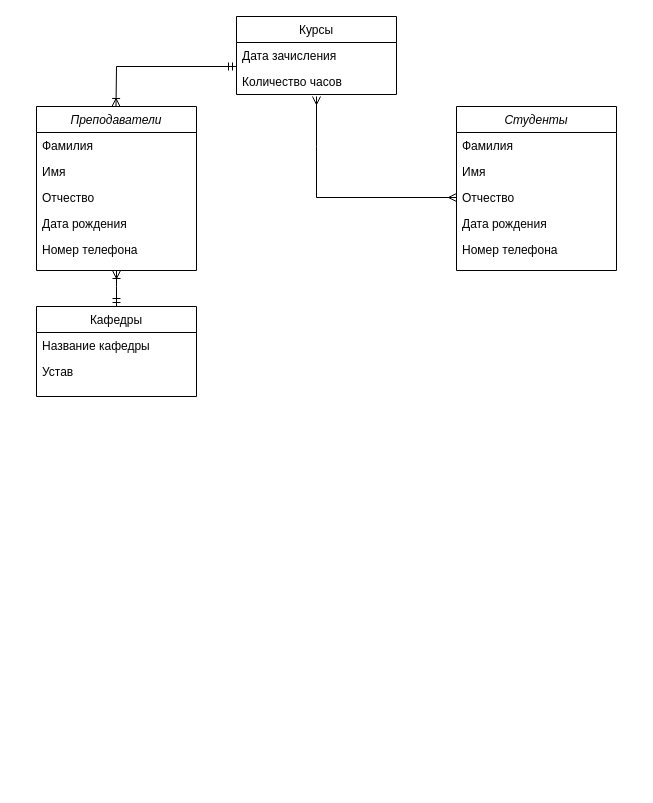
alexanderniewmierzycki/da-homeworks-nevmerzhitskii keeps this draw.io diagram as page "Задание-1" (1 of 3) of 14-er/homework-14/homework_14.drawio. Above is the earlier version. Source tidied: cells renumbered, new cells numbered last; positions are measured from the earlier drawing's top-left corner, leaving out a move shared by most shapes. Both pictures are drawn from the tidied source at 100%, with x=0, y=0 at pixel (36, 16).
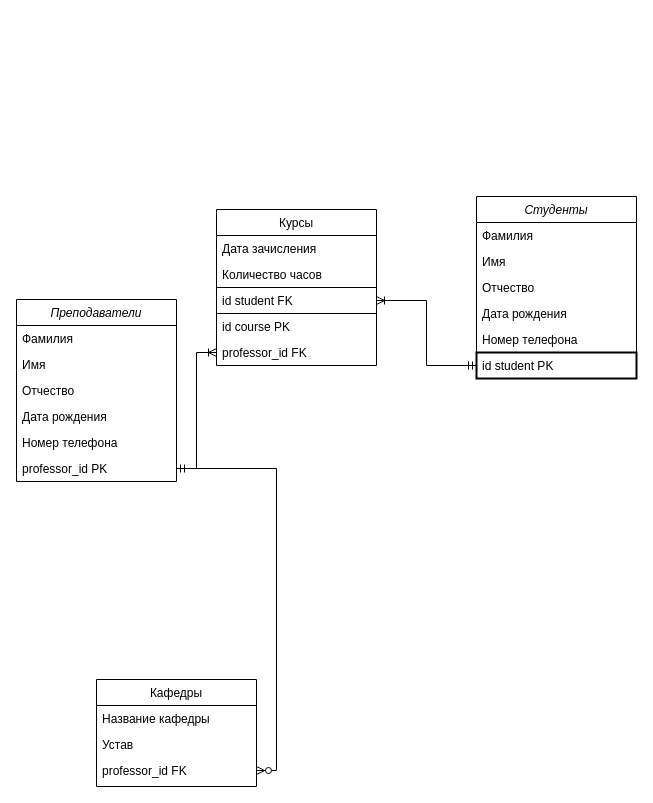
After the change.

Unchanged cells that the change refers to:
```xml
<mxCell id="12" value="Дата зачисления" style="text;align=left;verticalAlign=top;spacingLeft=4;spacingRight=4;overflow=hidden;points=[[0,0.5],[1,0.5]];portConstraint=eastwest;" parent="11" vertex="1">
  <mxGeometry y="26" width="160" height="26" as="geometry" />
</mxCell>
```

Change to the diagram source:
```diff
@@
     <mxCell id="2" value="Преподаватели" style="swimlane;fontStyle=2;align=center;verticalAlign=top;horizontal=1;startSize=26;rounded=0;shadow=0;strokeWidth=1;" parent="1" vertex="1">
-      <mxGeometry y="90" width="160" height="164" as="geometry" />
+      <mxGeometry x="-20" y="283" width="160" height="182" as="geometry" />
     </mxCell>
-    <mxCell id="3" value="Фамилия" style="text;align=left;verticalAlign=top;spacingLeft=4;spacingRight=4;overflow=hidden;" parent="2" vertex="1">
-      <mxGeometry y="26" width="160" height="26" as="geometry" />
-    </mxCell>
-    <mxCell id="4" value="Имя" style="text;align=left;verticalAlign=top;spacingLeft=4;spacingRight=4;overflow=hidden;rounded=0;shadow=0;html=0;" parent="2" vertex="1">
-      <mxGeometry y="52" width="160" height="26" as="geometry" />
-    </mxCell>
-    <mxCell id="5" value="Отчество" style="text;align=left;verticalAlign=top;spacingLeft=4;spacingRight=4;overflow=hidden;rounded=0;shadow=0;html=0;" parent="2" vertex="1">
-      <mxGeometry y="78" width="160" height="26" as="geometry" />
-    </mxCell>
-    <mxCell id="6" value="Дата рождения" style="text;align=left;verticalAlign=top;spacingLeft=4;spacingRight=4;overflow=hidden;" parent="2" vertex="1">
-      <mxGeometry y="104" width="160" height="26" as="geometry" />
-    </mxCell>
-    <mxCell id="7" value="Номер телефона" style="text;align=left;verticalAlign=top;spacingLeft=4;spacingRight=4;overflow=hidden;" parent="2" vertex="1">
-      <mxGeometry y="130" width="160" height="26" as="geometry" />
-    </mxCell>
+    <mxCell id="23" value="Фамилия" style="text;align=left;verticalAlign=top;spacingLeft=4;spacingRight=4;overflow=hidden;" parent="2" vertex="1">
+      <mxGeometry y="26" width="160" height="26" as="geometry" />
+    </mxCell>
+    <mxCell id="24" value="Имя" style="text;align=left;verticalAlign=top;spacingLeft=4;spacingRight=4;overflow=hidden;rounded=0;shadow=0;html=0;" parent="2" vertex="1">
+      <mxGeometry y="52" width="160" height="26" as="geometry" />
+    </mxCell>
+    <mxCell id="25" value="Отчество" style="text;align=left;verticalAlign=top;spacingLeft=4;spacingRight=4;overflow=hidden;rounded=0;shadow=0;html=0;" parent="2" vertex="1">
+      <mxGeometry y="78" width="160" height="26" as="geometry" />
+    </mxCell>
+    <mxCell id="26" value="Дата рождения" style="text;align=left;verticalAlign=top;spacingLeft=4;spacingRight=4;overflow=hidden;" parent="2" vertex="1">
+      <mxGeometry y="104" width="160" height="26" as="geometry" />
+    </mxCell>
+    <mxCell id="27" value="Номер телефона" style="text;align=left;verticalAlign=top;spacingLeft=4;spacingRight=4;overflow=hidden;" parent="2" vertex="1">
+      <mxGeometry y="130" width="160" height="26" as="geometry" />
+    </mxCell>
+    <mxCell id="28" value="professor_id PK" style="text;align=left;verticalAlign=top;spacingLeft=4;spacingRight=4;overflow=hidden;points=[[0,0.5],[1,0.5]];portConstraint=eastwest;" parent="2" vertex="1">
+      <mxGeometry y="156" width="160" height="26" as="geometry" />
+    </mxCell>
     <mxCell id="8" value="Кафедры" style="swimlane;fontStyle=0;align=center;verticalAlign=top;horizontal=1;startSize=26;rounded=0;shadow=0;strokeWidth=1;" parent="1" vertex="1">
-      <mxGeometry y="290" width="160" height="90" as="geometry" />
+      <mxGeometry x="60" y="663" width="160" height="107" as="geometry" />
     </mxCell>
@@
+    <mxCell id="29" value="professor_id FK" style="text;align=left;verticalAlign=top;spacingLeft=4;spacingRight=4;overflow=hidden;points=[[0,0.5],[1,0.5]];portConstraint=eastwest;rounded=0;shadow=0;html=0;" parent="8" vertex="1">
+      <mxGeometry y="78" width="160" height="26" as="geometry" />
+    </mxCell>
     <mxCell id="11" value="Курсы" style="swimlane;fontStyle=0;align=center;verticalAlign=top;horizontal=1;startSize=26;rounded=0;shadow=0;strokeWidth=1;" parent="1" vertex="1">
-      <mxGeometry x="200" width="160" height="78" as="geometry" />
+      <mxGeometry x="180" y="193" width="160" height="156" as="geometry" />
     </mxCell>
@@
+    <mxCell id="30" value="id student FK" style="text;align=left;verticalAlign=top;spacingLeft=4;spacingRight=4;overflow=hidden;points=[[0,0.5],[1,0.5]];portConstraint=eastwest;strokeColor=default;" parent="11" vertex="1">
+      <mxGeometry y="78" width="160" height="26" as="geometry" />
+    </mxCell>
+    <mxCell id="31" value="id course PK" style="text;align=left;verticalAlign=top;spacingLeft=4;spacingRight=4;overflow=hidden;" parent="11" vertex="1">
+      <mxGeometry y="104" width="160" height="26" as="geometry" />
+    </mxCell>
+    <mxCell id="32" value="professor_id FK" style="text;align=left;verticalAlign=top;spacingLeft=4;spacingRight=4;overflow=hidden;points=[[0,0.5],[1,0.5]];portConstraint=eastwest;" parent="11" vertex="1">
+      <mxGeometry y="130" width="160" height="26" as="geometry" />
+    </mxCell>
     <mxCell id="14" value="Студенты" style="swimlane;fontStyle=2;align=center;verticalAlign=top;horizontal=1;startSize=26;rounded=0;shadow=0;strokeWidth=1;" parent="1" vertex="1">
-      <mxGeometry x="420" y="90" width="160" height="164" as="geometry" />
+      <mxGeometry x="440" y="180" width="160" height="182" as="geometry" />
     </mxCell>
-    <mxCell id="15" value="Фамилия" style="text;align=left;verticalAlign=top;spacingLeft=4;spacingRight=4;overflow=hidden;" parent="14" vertex="1">
-      <mxGeometry y="26" width="160" height="26" as="geometry" />
-    </mxCell>
-    <mxCell id="16" value="Имя" style="text;align=left;verticalAlign=top;spacingLeft=4;spacingRight=4;overflow=hidden;rounded=0;shadow=0;html=0;" parent="14" vertex="1">
-      <mxGeometry y="52" width="160" height="26" as="geometry" />
-    </mxCell>
-    <mxCell id="17" value="Отчество" style="text;align=left;verticalAlign=top;spacingLeft=4;spacingRight=4;overflow=hidden;points=[[0,0.5],[1,0.5]];portConstraint=eastwest;rounded=0;shadow=0;html=0;" parent="14" vertex="1">
-      <mxGeometry y="78" width="160" height="26" as="geometry" />
-    </mxCell>
-    <mxCell id="18" value="Дата рождения" style="text;align=left;verticalAlign=top;spacingLeft=4;spacingRight=4;overflow=hidden;" parent="14" vertex="1">
-      <mxGeometry y="104" width="160" height="26" as="geometry" />
-    </mxCell>
-    <mxCell id="19" value="Номер телефона" style="text;align=left;verticalAlign=top;spacingLeft=4;spacingRight=4;overflow=hidden;" parent="14" vertex="1">
-      <mxGeometry y="130" width="160" height="26" as="geometry" />
-    </mxCell>
-    <mxCell id="20" style="fontSize=12;html=1;endArrow=ERoneToMany;startArrow=ERmandOne;rounded=0;exitX=0.5;exitY=0;exitDx=0;exitDy=0;entryX=0.5;entryY=1;entryDx=0;entryDy=0;" parent="1" edge="1" source="8" target="2">
-      <mxGeometry relative="1" as="geometry">
-        <Array as="points">
-          <mxPoint x="80" y="270" />
-        </Array>
-      </mxGeometry>
-    </mxCell>
-    <mxCell id="21" style="fontSize=12;html=1;endArrow=ERoneToMany;startArrow=ERmandOne;rounded=0;exitX=0;exitY=0.923;exitDx=0;exitDy=0;entryX=0.5;entryY=0;entryDx=0;entryDy=0;exitPerimeter=0;" parent="1" edge="1" source="12">
-      <mxGeometry relative="1" as="geometry">
-        <mxPoint x="79.5" y="90" as="targetPoint" />
-        <Array as="points">
-          <mxPoint x="80" y="50" />
-        </Array>
-      </mxGeometry>
-    </mxCell>
-    <mxCell id="22" style="fontSize=12;html=1;endArrow=ERmany;startArrow=ERmany;rounded=0;entryX=0;entryY=0.5;entryDx=0;entryDy=0;" parent="1" edge="1" target="17">
-      <mxGeometry relative="1" as="geometry">
-        <mxPoint x="280" y="80" as="sourcePoint" />
-        <Array as="points">
-          <mxPoint x="280" y="130" />
-          <mxPoint x="280" y="181" />
-        </Array>
-      </mxGeometry>
-    </mxCell>
+    <mxCell id="33" value="Фамилия" style="text;align=left;verticalAlign=top;spacingLeft=4;spacingRight=4;overflow=hidden;" parent="14" vertex="1">
+      <mxGeometry y="26" width="160" height="26" as="geometry" />
+    </mxCell>
+    <mxCell id="34" value="Имя" style="text;align=left;verticalAlign=top;spacingLeft=4;spacingRight=4;overflow=hidden;rounded=0;shadow=0;html=0;" parent="14" vertex="1">
+      <mxGeometry y="52" width="160" height="26" as="geometry" />
+    </mxCell>
+    <mxCell id="35" value="Отчество" style="text;align=left;verticalAlign=top;spacingLeft=4;spacingRight=4;overflow=hidden;rounded=0;shadow=0;html=0;" parent="14" vertex="1">
+      <mxGeometry y="78" width="160" height="26" as="geometry" />
+    </mxCell>
+    <mxCell id="36" value="Дата рождения" style="text;align=left;verticalAlign=top;spacingLeft=4;spacingRight=4;overflow=hidden;" parent="14" vertex="1">
+      <mxGeometry y="104" width="160" height="26" as="geometry" />
+    </mxCell>
+    <mxCell id="37" value="Номер телефона" style="text;align=left;verticalAlign=top;spacingLeft=4;spacingRight=4;overflow=hidden;" parent="14" vertex="1">
+      <mxGeometry y="130" width="160" height="26" as="geometry" />
+    </mxCell>
+    <mxCell id="38" value="id student PK" style="text;align=left;verticalAlign=top;spacingLeft=4;spacingRight=4;overflow=hidden;points=[[0,0.5],[1,0.5]];portConstraint=eastwest;strokeWidth=2;strokeColor=default;" parent="14" vertex="1">
+      <mxGeometry y="156" width="160" height="26" as="geometry" />
+    </mxCell>
+    <mxCell id="39" style="fontSize=12;html=1;endArrow=ERoneToMany;startArrow=ERmandOne;rounded=0;exitX=1;exitY=0.5;exitDx=0;exitDy=0;entryX=0;entryY=0.5;entryDx=0;entryDy=0;edgeStyle=orthogonalEdgeStyle;" parent="1" edge="1" source="28" target="32">
+      <mxGeometry relative="1" as="geometry" />
+    </mxCell>
+    <mxCell id="40" style="fontSize=12;html=1;endArrow=ERoneToMany;startArrow=ERmandOne;rounded=0;exitX=0;exitY=0.5;exitDx=0;exitDy=0;entryX=1;entryY=0.5;entryDx=0;entryDy=0;edgeStyle=elbowEdgeStyle;" parent="1" edge="1" source="38" target="30">
+      <mxGeometry relative="1" as="geometry" />
+    </mxCell>
+    <mxCell id="41" style="edgeStyle=elbowEdgeStyle;fontSize=12;html=1;endArrow=ERzeroToMany;endFill=1;rounded=0;entryX=1;entryY=0.5;entryDx=0;entryDy=0;exitX=1;exitY=0.5;exitDx=0;exitDy=0;" parent="1" edge="1" source="28" target="29">
+      <mxGeometry relative="1" as="geometry">
+        <Array as="points">
+          <mxPoint x="240" y="613" />
+          <mxPoint x="82.4" y="621.9" />
+        </Array>
+      </mxGeometry>
+    </mxCell>
```
